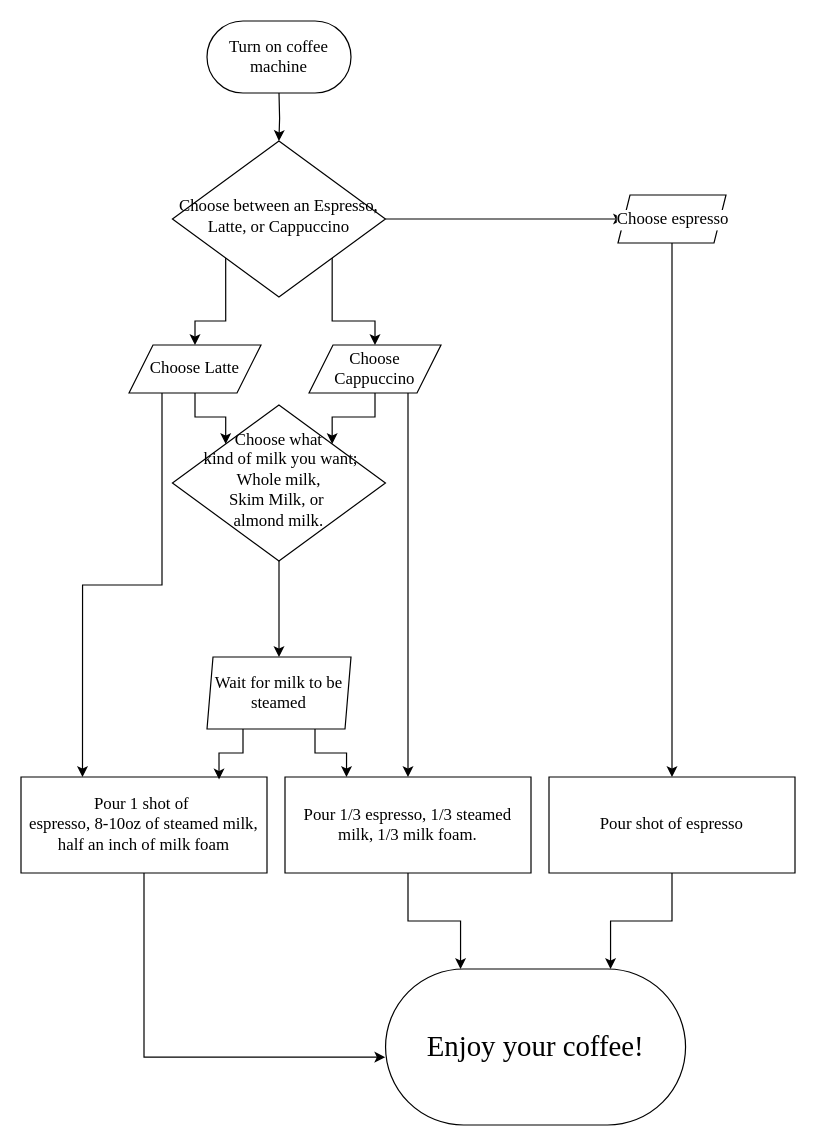
Above: Untitled Diagram.drawio in Matt-komo/Gitmidterm (draw.io), before the change. Source tidied: cells renumbered, new cells numbered last; positions are measured from the earlier drawing's top-left corner, leaving out a move shared by most shapes. Both pictures are drawn from the tidied source at 120%, with x=0, y=0 at pixel (20, 20).
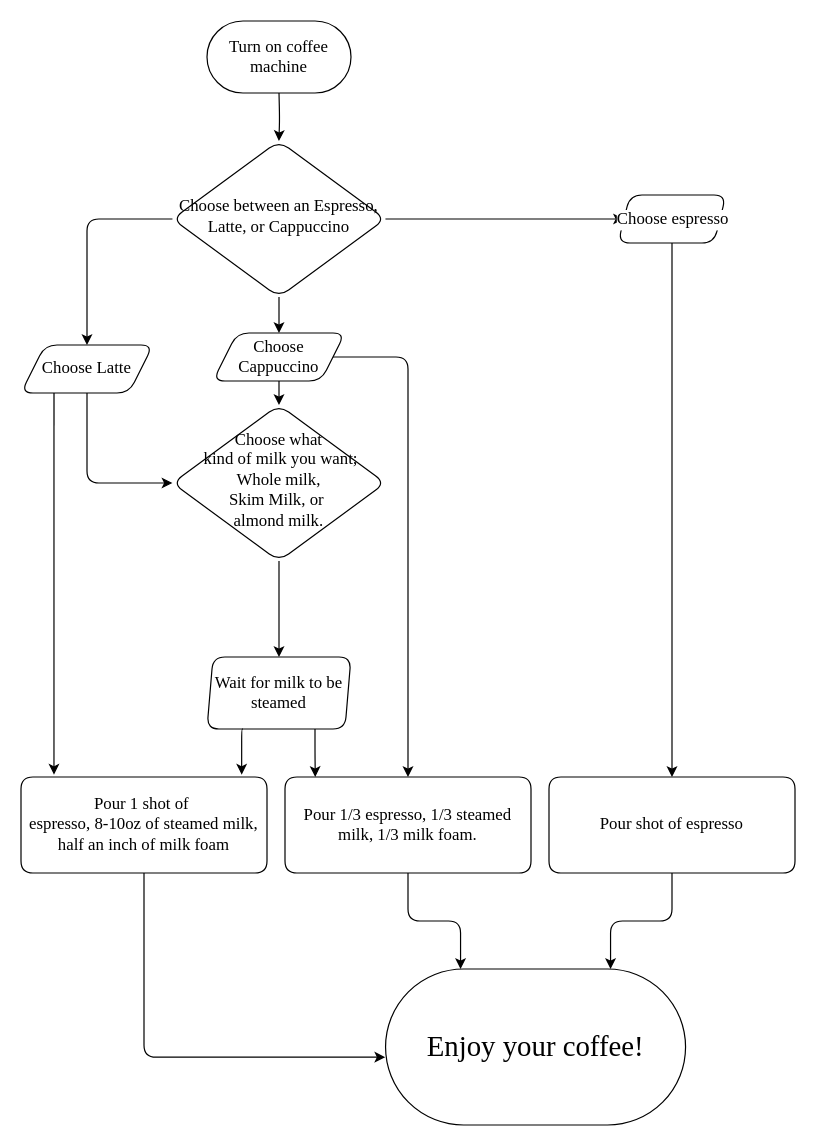
After the change.

Change to the diagram source:
```diff
@@
-    <mxCell id="2" style="edgeStyle=orthogonalEdgeStyle;rounded=0;jettySize=auto;html=1;entryX=0;entryY=0;entryDx=0;entryDy=0;fontFamily=Times New Roman;fontSize=14;" parent="1" edge="1" source="12" target="8">
-      <mxGeometry relative="1" as="geometry" />
-    </mxCell>
-    <mxCell id="3" style="edgeStyle=orthogonalEdgeStyle;rounded=0;jettySize=auto;html=1;exitX=0;exitY=1;exitDx=0;exitDy=0;entryX=0.5;entryY=0;entryDx=0;entryDy=0;fontFamily=Times New Roman;fontSize=14;" parent="1" edge="1" source="5" target="12">
+    <mxCell id="3" style="edgeStyle=orthogonalEdgeStyle;rounded=1;jettySize=auto;html=1;exitX=0;exitY=0.5;exitDx=0;exitDy=0;entryX=0.5;entryY=0;entryDx=0;entryDy=0;textShadow=0;labelBorderColor=none;" parent="1" edge="1" source="5" target="12">
       <mxGeometry relative="1" as="geometry" />
     </mxCell>
-    <mxCell id="4" style="edgeStyle=orthogonalEdgeStyle;rounded=0;jettySize=auto;html=1;exitX=1;exitY=1;exitDx=0;exitDy=0;entryX=0.5;entryY=0;entryDx=0;entryDy=0;fontFamily=Times New Roman;fontSize=14;" parent="1" edge="1" source="5" target="19">
+    <mxCell id="4" style="edgeStyle=orthogonalEdgeStyle;rounded=1;jettySize=auto;html=1;textShadow=0;labelBorderColor=none;" parent="1" edge="1" source="5" target="19">
       <mxGeometry relative="1" as="geometry" />
     </mxCell>
-    <mxCell id="5" value="Choose between an Espresso, Latte, or Cappuccino" style="rhombus;whiteSpace=wrap;html=1;shadow=0;fontFamily=Times New Roman;fontSize=14;align=center;strokeWidth=1;spacing=6;spacingTop=-4;" parent="1" vertex="1">
+    <mxCell id="5" value="Choose between an Espresso, Latte, or Cappuccino" style="rhombus;whiteSpace=wrap;html=1;shadow=0;fontFamily=Times New Roman;fontSize=14;align=center;strokeWidth=1;spacing=6;spacingTop=-4;textShadow=0;labelBorderColor=none;rounded=1;" parent="1" vertex="1">
       <mxGeometry x="126.2" y="100" width="177.5" height="130" as="geometry" />
     </mxCell>
-    <mxCell id="6" style="edgeStyle=orthogonalEdgeStyle;rounded=0;jettySize=auto;html=1;entryX=0.5;entryY=0;entryDx=0;entryDy=0;fontFamily=Times New Roman;fontSize=14;" parent="1" edge="1" target="5">
+    <mxCell id="6" style="edgeStyle=orthogonalEdgeStyle;rounded=1;jettySize=auto;html=1;entryX=0.5;entryY=0;entryDx=0;entryDy=0;fontFamily=Times New Roman;fontSize=14;textShadow=0;labelBorderColor=none;" parent="1" edge="1" target="5">
       <mxGeometry relative="1" as="geometry">
         <mxPoint x="215" y="60" as="sourcePoint" />
       </mxGeometry>
     </mxCell>
-    <mxCell id="7" style="edgeStyle=orthogonalEdgeStyle;rounded=0;jettySize=auto;html=1;fontFamily=Times New Roman;fontSize=14;" parent="1" edge="1" source="8" target="10">
+    <mxCell id="7" style="edgeStyle=orthogonalEdgeStyle;rounded=1;jettySize=auto;html=1;fontFamily=Times New Roman;fontSize=14;textShadow=0;labelBorderColor=none;" parent="1" edge="1" source="8" target="10">
       <mxGeometry relative="1" as="geometry" />
     </mxCell>
-    <mxCell id="8" value="&lt;div style=&quot;font-size: 14px;&quot;&gt;Choose what&lt;/div&gt;&lt;div style=&quot;font-size: 14px;&quot;&gt;&amp;nbsp;kind of milk you want;&lt;/div&gt;&lt;div style=&quot;font-size: 14px;&quot;&gt;&amp;nbsp;Whole milk,&amp;nbsp;&lt;/div&gt;&lt;div style=&quot;font-size: 14px;&quot;&gt;Skim Milk, or&amp;nbsp;&lt;/div&gt;&lt;div style=&quot;font-size: 14px;&quot;&gt;almond milk.&lt;br style=&quot;font-size: 14px;&quot;&gt;&lt;/div&gt;" style="rhombus;whiteSpace=wrap;html=1;shadow=0;fontFamily=Times New Roman;fontSize=14;align=center;strokeWidth=1;spacing=6;spacingTop=-4;" parent="1" vertex="1">
-      <mxGeometry x="126.2" y="320" width="177.5" height="130" as="geometry" />
-    </mxCell>
-    <mxCell id="9" style="edgeStyle=orthogonalEdgeStyle;rounded=0;jettySize=auto;html=1;exitX=0.75;exitY=1;exitDx=0;exitDy=0;entryX=0.25;entryY=0;entryDx=0;entryDy=0;fontFamily=Times New Roman;fontSize=14;" parent="1" edge="1" source="10" target="21">
-      <mxGeometry relative="1" as="geometry" />
-    </mxCell>
-    <mxCell id="10" value="Wait for milk to be steamed" style="shape=parallelogram;perimeter=parallelogramPerimeter;whiteSpace=wrap;html=1;fixedSize=1;size=5;fontFamily=Times New Roman;fontSize=14;" parent="1" vertex="1">
+    <mxCell id="10" value="Wait for milk to be steamed" style="shape=parallelogram;perimeter=parallelogramPerimeter;whiteSpace=wrap;html=1;fixedSize=1;size=5;fontFamily=Times New Roman;fontSize=14;textShadow=0;labelBorderColor=none;rounded=1;" parent="1" vertex="1">
       <mxGeometry x="155" y="530" width="120" height="60" as="geometry" />
     </mxCell>
-    <mxCell id="11" style="edgeStyle=orthogonalEdgeStyle;rounded=0;jettySize=auto;html=1;exitX=0.25;exitY=1;exitDx=0;exitDy=0;entryX=0.25;entryY=0;entryDx=0;entryDy=0;fontFamily=Times New Roman;fontSize=14;" parent="1" edge="1" source="12" target="22">
-      <mxGeometry relative="1" as="geometry" />
-    </mxCell>
-    <mxCell id="12" value="Choose Latte" style="shape=parallelogram;perimeter=parallelogramPerimeter;whiteSpace=wrap;html=1;fixedSize=1;size=20;fontFamily=Times New Roman;fontSize=14;" parent="1" vertex="1">
-      <mxGeometry x="90" y="270" width="110" height="40" as="geometry" />
-    </mxCell>
-    <mxCell id="13" style="edgeStyle=orthogonalEdgeStyle;rounded=0;jettySize=auto;html=1;exitX=0.5;exitY=1;exitDx=0;exitDy=0;" parent="1" edge="1" source="14" target="25">
+    <mxCell id="13" style="edgeStyle=orthogonalEdgeStyle;rounded=1;jettySize=auto;html=1;exitX=0.5;exitY=1;exitDx=0;exitDy=0;textShadow=0;labelBorderColor=none;" parent="1" edge="1" source="14" target="25">
       <mxGeometry relative="1" as="geometry" />
     </mxCell>
-    <mxCell id="14" style="shape=parallelogram;perimeter=parallelogramPerimeter;whiteSpace=wrap;html=1;fixedSize=1;size=10;fontFamily=Times New Roman;fontSize=14;" parent="1" vertex="1">
+    <mxCell id="14" style="shape=parallelogram;perimeter=parallelogramPerimeter;whiteSpace=wrap;html=1;fixedSize=1;size=10;fontFamily=Times New Roman;fontSize=14;textShadow=0;labelBorderColor=none;rounded=1;" parent="1" vertex="1">
       <mxGeometry x="497.5" y="145" width="90" height="40" as="geometry" />
     </mxCell>
-    <mxCell id="15" style="edgeStyle=orthogonalEdgeStyle;rounded=0;jettySize=auto;html=1;fontFamily=Times New Roman;fontSize=14;" parent="1" edge="1" source="5" target="14">
+    <mxCell id="15" style="edgeStyle=orthogonalEdgeStyle;rounded=1;jettySize=auto;html=1;fontFamily=Times New Roman;fontSize=14;textShadow=0;labelBorderColor=none;" parent="1" edge="1" source="5" target="14">
       <mxGeometry relative="1" as="geometry" />
     </mxCell>
-    <mxCell id="16" value="Choose espresso" style="edgeLabel;html=1;align=center;verticalAlign=middle;fontFamily=Times New Roman;fontSize=14;" parent="15" vertex="1">
+    <mxCell id="16" value="Choose espresso" style="edgeLabel;align=center;verticalAlign=middle;fontFamily=Times New Roman;fontSize=14;textShadow=0;labelBorderColor=none;rounded=1;html=1;" parent="15" vertex="1">
       <mxGeometry x="-0.13" y="-4" relative="1" as="geometry">
         <mxPoint x="153" y="-4" as="offset" />
       </mxGeometry>
     </mxCell>
-    <mxCell id="17" style="edgeStyle=orthogonalEdgeStyle;rounded=0;jettySize=auto;html=1;exitX=0.5;exitY=1;exitDx=0;exitDy=0;entryX=1;entryY=0;entryDx=0;entryDy=0;fontFamily=Times New Roman;fontSize=14;" parent="1" edge="1" source="19" target="8">
+    <mxCell id="17" style="edgeStyle=orthogonalEdgeStyle;rounded=1;jettySize=auto;html=1;textShadow=0;labelBorderColor=none;" parent="1" edge="1" source="19" target="8">
       <mxGeometry relative="1" as="geometry" />
     </mxCell>
-    <mxCell id="18" style="edgeStyle=orthogonalEdgeStyle;rounded=0;jettySize=auto;html=1;exitX=0.75;exitY=1;exitDx=0;exitDy=0;entryX=0.5;entryY=0;entryDx=0;entryDy=0;fontFamily=Times New Roman;fontSize=14;" parent="1" edge="1" source="19" target="21">
-      <mxGeometry relative="1" as="geometry" />
+    <mxCell id="18" style="edgeStyle=orthogonalEdgeStyle;rounded=1;jettySize=auto;html=1;entryX=0.5;entryY=0;entryDx=0;entryDy=0;textShadow=0;labelBorderColor=none;" parent="1" edge="1" source="19" target="21">
+      <mxGeometry relative="1" as="geometry">
+        <Array as="points">
+          <mxPoint x="323" y="280" />
+        </Array>
+      </mxGeometry>
     </mxCell>
-    <mxCell id="19" value="Choose Cappuccino" style="shape=parallelogram;perimeter=parallelogramPerimeter;whiteSpace=wrap;html=1;fixedSize=1;size=20;fontFamily=Times New Roman;fontSize=14;" parent="1" vertex="1">
-      <mxGeometry x="240" y="270" width="110" height="40" as="geometry" />
+    <mxCell id="19" value="Choose Cappuccino" style="shape=parallelogram;perimeter=parallelogramPerimeter;whiteSpace=wrap;html=1;fixedSize=1;size=20;fontFamily=Times New Roman;fontSize=14;textShadow=0;labelBorderColor=none;rounded=1;" parent="1" vertex="1">
+      <mxGeometry x="160" y="260" width="110" height="40" as="geometry" />
     </mxCell>
-    <mxCell id="20" style="edgeStyle=orthogonalEdgeStyle;rounded=0;jettySize=auto;html=1;entryX=0.25;entryY=0;entryDx=0;entryDy=0;fontFamily=Times New Roman;fontSize=14;" parent="1" edge="1" source="21" target="27">
+    <mxCell id="20" style="edgeStyle=orthogonalEdgeStyle;rounded=1;jettySize=auto;html=1;entryX=0.25;entryY=0;entryDx=0;entryDy=0;fontFamily=Times New Roman;fontSize=14;textShadow=0;labelBorderColor=none;" parent="1" edge="1" source="21" target="27">
       <mxGeometry relative="1" as="geometry" />
     </mxCell>
-    <mxCell id="21" value="Pour 1/3 espresso, 1/3 steamed milk, 1/3 milk foam." style="shape=parallelogram;perimeter=parallelogramPerimeter;whiteSpace=wrap;html=1;fixedSize=1;size=-10;fontFamily=Times New Roman;fontSize=14;" parent="1" vertex="1">
+    <mxCell id="21" value="Pour 1/3 espresso, 1/3 steamed milk, 1/3 milk foam." style="shape=parallelogram;perimeter=parallelogramPerimeter;whiteSpace=wrap;html=1;fixedSize=1;size=-10;fontFamily=Times New Roman;fontSize=14;textShadow=0;labelBorderColor=none;rounded=1;" parent="1" vertex="1">
       <mxGeometry x="220" y="630" width="205" height="80" as="geometry" />
     </mxCell>
-    <mxCell id="22" value="&lt;div style=&quot;font-size: 14px;&quot;&gt;Pour 1 shot of&amp;nbsp;&lt;/div&gt;&lt;div style=&quot;font-size: 14px;&quot;&gt;espresso, 8-10oz of steamed milk, half an inch of milk foam&lt;/div&gt;" style="shape=parallelogram;perimeter=parallelogramPerimeter;whiteSpace=wrap;html=1;fixedSize=1;size=0;fontFamily=Times New Roman;fontSize=14;" parent="1" vertex="1">
+    <mxCell id="22" value="&lt;div style=&quot;font-size: 14px;&quot;&gt;Pour 1 shot of&amp;nbsp;&lt;/div&gt;&lt;div style=&quot;font-size: 14px;&quot;&gt;espresso, 8-10oz of steamed milk, half an inch of milk foam&lt;/div&gt;" style="shape=parallelogram;perimeter=parallelogramPerimeter;whiteSpace=wrap;html=1;fixedSize=1;size=0;fontFamily=Times New Roman;fontSize=14;textShadow=0;labelBorderColor=none;rounded=1;" parent="1" vertex="1">
       <mxGeometry y="630" width="205" height="80" as="geometry" />
     </mxCell>
-    <mxCell id="23" style="edgeStyle=orthogonalEdgeStyle;rounded=0;jettySize=auto;html=1;exitX=0.25;exitY=1;exitDx=0;exitDy=0;entryX=0.805;entryY=0.025;entryDx=0;entryDy=0;entryPerimeter=0;fontFamily=Times New Roman;fontSize=14;" parent="1" edge="1" source="10" target="22">
-      <mxGeometry relative="1" as="geometry" />
-    </mxCell>
-    <mxCell id="24" style="edgeStyle=orthogonalEdgeStyle;rounded=0;jettySize=auto;html=1;entryX=0.75;entryY=0;entryDx=0;entryDy=0;fontFamily=Times New Roman;fontSize=14;" parent="1" edge="1" source="25" target="27">
+    <mxCell id="24" style="edgeStyle=orthogonalEdgeStyle;rounded=1;jettySize=auto;html=1;entryX=0.75;entryY=0;entryDx=0;entryDy=0;fontFamily=Times New Roman;fontSize=14;textShadow=0;labelBorderColor=none;" parent="1" edge="1" source="25" target="27">
       <mxGeometry relative="1" as="geometry" />
     </mxCell>
-    <mxCell id="25" value="Pour shot of espresso" style="shape=parallelogram;perimeter=parallelogramPerimeter;whiteSpace=wrap;html=1;fixedSize=1;size=-10;fontFamily=Times New Roman;fontSize=14;" parent="1" vertex="1">
+    <mxCell id="25" value="Pour shot of espresso" style="shape=parallelogram;perimeter=parallelogramPerimeter;whiteSpace=wrap;html=1;fixedSize=1;size=-10;fontFamily=Times New Roman;fontSize=14;textShadow=0;labelBorderColor=none;rounded=1;" parent="1" vertex="1">
       <mxGeometry x="440" y="630" width="205" height="80" as="geometry" />
     </mxCell>
-    <mxCell id="26" value="Turn on coffee machine" style="rounded=1;whiteSpace=wrap;html=1;arcSize=50;fontFamily=Times New Roman;fontSize=14;" parent="1" vertex="1">
+    <mxCell id="26" value="Turn on coffee machine" style="rounded=1;whiteSpace=wrap;html=1;arcSize=50;fontFamily=Times New Roman;fontSize=14;textShadow=0;labelBorderColor=none;" parent="1" vertex="1">
       <mxGeometry x="155" width="120" height="60" as="geometry" />
     </mxCell>
-    <mxCell id="27" value="Enjoy your coffee!" style="rounded=1;html=1;arcSize=50;glass=0;fontSize=24;fontFamily=Times New Roman;whiteSpace=wrap;" parent="1" vertex="1">
+    <mxCell id="27" value="Enjoy your coffee!" style="rounded=1;html=1;arcSize=50;glass=0;fontSize=24;fontFamily=Times New Roman;whiteSpace=wrap;textShadow=0;labelBorderColor=none;" parent="1" vertex="1">
       <mxGeometry x="303.8" y="790" width="250" height="130" as="geometry" />
     </mxCell>
-    <mxCell id="28" style="edgeStyle=orthogonalEdgeStyle;rounded=0;jettySize=auto;html=1;entryX=-0.001;entryY=0.565;entryDx=0;entryDy=0;entryPerimeter=0;fontFamily=Times New Roman;fontSize=14;" parent="1" edge="1" source="22" target="27">
+    <mxCell id="28" style="edgeStyle=orthogonalEdgeStyle;rounded=1;jettySize=auto;html=1;entryX=-0.001;entryY=0.565;entryDx=0;entryDy=0;entryPerimeter=0;fontFamily=Times New Roman;fontSize=14;textShadow=0;labelBorderColor=none;" parent="1" edge="1" source="22" target="27">
       <mxGeometry relative="1" as="geometry">
         <Array as="points">
           <mxPoint x="103" y="863" />
         </Array>
       </mxGeometry>
     </mxCell>
+    <mxCell id="2" style="edgeStyle=orthogonalEdgeStyle;rounded=1;jettySize=auto;html=1;exitX=0.5;exitY=1;exitDx=0;exitDy=0;entryX=0;entryY=0.5;entryDx=0;entryDy=0;textShadow=0;labelBorderColor=none;" parent="1" edge="1" source="12" target="8">
+      <mxGeometry relative="1" as="geometry" />
+    </mxCell>
+    <mxCell id="12" value="Choose Latte" style="shape=parallelogram;perimeter=parallelogramPerimeter;whiteSpace=wrap;html=1;fixedSize=1;size=20;fontFamily=Times New Roman;fontSize=14;textShadow=0;labelBorderColor=none;rounded=1;" parent="1" vertex="1">
+      <mxGeometry y="270" width="110" height="40" as="geometry" />
+    </mxCell>
+    <mxCell id="23" style="edgeStyle=orthogonalEdgeStyle;rounded=1;jettySize=auto;html=1;exitX=0.25;exitY=1;exitDx=0;exitDy=0;entryX=0.897;entryY=-0.024;entryDx=0;entryDy=0;entryPerimeter=0;textShadow=0;labelBorderColor=none;" parent="1" edge="1" source="10" target="22">
+      <mxGeometry relative="1" as="geometry" />
+    </mxCell>
+    <mxCell id="9" style="edgeStyle=orthogonalEdgeStyle;rounded=1;jettySize=auto;html=1;exitX=0.75;exitY=1;exitDx=0;exitDy=0;entryX=0.123;entryY=0;entryDx=0;entryDy=0;entryPerimeter=0;textShadow=0;labelBorderColor=none;" parent="1" edge="1" source="10" target="21">
+      <mxGeometry relative="1" as="geometry" />
+    </mxCell>
+    <mxCell id="11" style="edgeStyle=orthogonalEdgeStyle;rounded=1;jettySize=auto;html=1;exitX=0.25;exitY=1;exitDx=0;exitDy=0;entryX=0.134;entryY=-0.024;entryDx=0;entryDy=0;entryPerimeter=0;textShadow=0;labelBorderColor=none;" parent="1" edge="1" source="12" target="22">
+      <mxGeometry relative="1" as="geometry" />
+    </mxCell>
+    <mxCell id="8" value="&lt;div style=&quot;font-size: 14px;&quot;&gt;Choose what&lt;/div&gt;&lt;div style=&quot;font-size: 14px;&quot;&gt;&amp;nbsp;kind of milk you want;&lt;/div&gt;&lt;div style=&quot;font-size: 14px;&quot;&gt;&amp;nbsp;Whole milk,&amp;nbsp;&lt;/div&gt;&lt;div align=&quot;center&quot; style=&quot;font-size: 14px;&quot;&gt;Skim Milk, or&amp;nbsp;&lt;/div&gt;&lt;div style=&quot;font-size: 14px;&quot;&gt;almond milk.&lt;br style=&quot;font-size: 14px;&quot;&gt;&lt;/div&gt;" style="rhombus;whiteSpace=wrap;html=1;shadow=0;fontFamily=Times New Roman;fontSize=14;align=center;strokeWidth=1;spacing=6;spacingTop=-4;textShadow=0;labelBorderColor=none;rounded=1;" parent="1" vertex="1">
+      <mxGeometry x="126.2" y="320" width="177.5" height="130" as="geometry" />
+    </mxCell>
```
